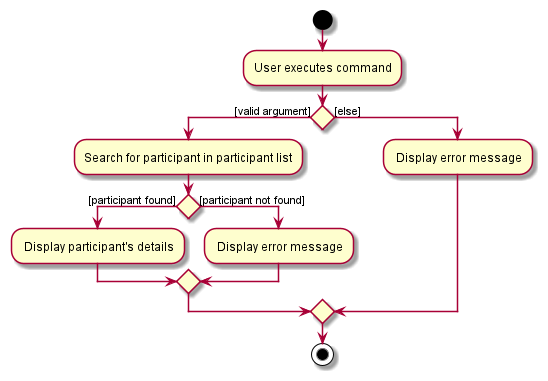
Above: docs/images/ViewCommandActivityDiagram.png in nus-cs2103-AY2122S1/tp (PlantUML), before the change.
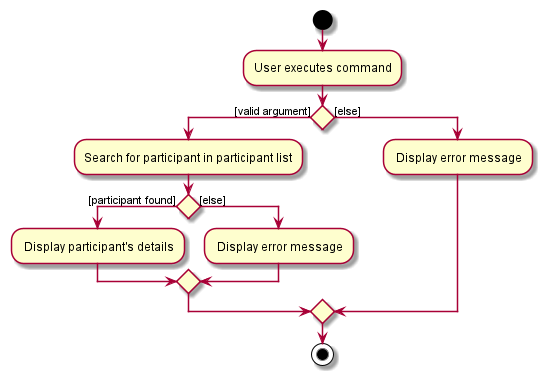
Later version of the same file.

Change to the diagram source:
```diff
@@ -7,7 +7,7 @@
     :Search for participant in participant list;
     if () then ([participant found])
         : Display participant's details;
-    else ([participant not found])
+    else ([else])
         : Display error message;
     endif
 else ([else])
```
